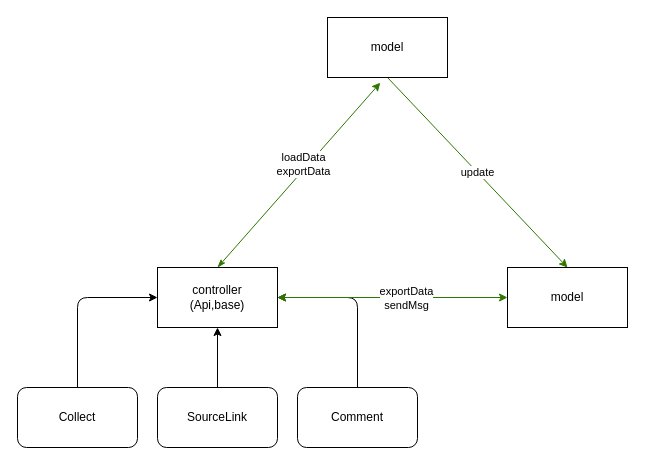
Earlier version of the draw.io diagram docs/controler/overview.drawio (tower-town/Koala-Hacker-News). Source tidied: cells renumbered, new cells numbered last; positions are measured from the earlier drawing's top-left corner, leaving out a move shared by most shapes. Both pictures are drawn from the tidied source at 100%, with x=0, y=0 at pixel (17, 17).
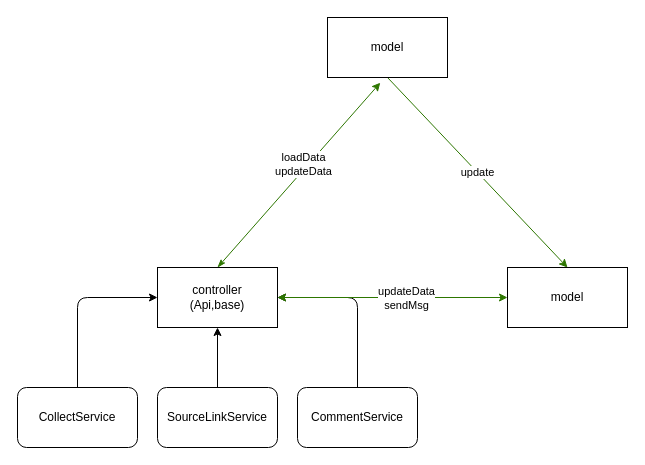
The same page after the edit.

The edit, as a diff of the source:
```diff
@@
 <mxGraphModel>
   <root>
     <mxCell id="0" />
     <mxCell id="1" parent="0" />
     <mxCell id="2" style="edgeStyle=none;html=1;exitX=0.5;exitY=0;exitDx=0;exitDy=0;startArrow=classicThin;startFill=1;fillColor=#60a917;strokeColor=#2D7600;entryX=0.44;entryY=1.087;entryDx=0;entryDy=0;entryPerimeter=0;" parent="1" edge="1" source="4" target="12">
       <mxGeometry relative="1" as="geometry" />
     </mxCell>
-    <mxCell id="3" value="loadData&lt;br&gt;exportData" style="edgeLabel;html=1;align=center;verticalAlign=middle;" parent="2" vertex="1">
+    <mxCell id="3" value="loadData&lt;br&gt;updateData" style="edgeLabel;html=1;align=center;verticalAlign=middle;" parent="2" vertex="1">
       <mxGeometry x="0.09" y="4" relative="1" as="geometry" />
     </mxCell>
     <mxCell id="4" value="controller&lt;br&gt;(Api,base)" style="rounded=0;whiteSpace=wrap;html=1;" parent="1" vertex="1">
       <mxGeometry x="140" y="250" width="120" height="60" as="geometry" />
     </mxCell>
     <mxCell id="5" style="edgeStyle=orthogonalEdgeStyle;html=1;exitX=0.5;exitY=0;exitDx=0;exitDy=0;entryX=0;entryY=0.5;entryDx=0;entryDy=0;" parent="1" edge="1" source="6" target="4">
       <mxGeometry relative="1" as="geometry" />
     </mxCell>
-    <mxCell id="6" value="Collect" style="rounded=1;whiteSpace=wrap;html=1;" parent="1" vertex="1">
+    <mxCell id="6" value="CollectService" style="rounded=1;whiteSpace=wrap;html=1;" parent="1" vertex="1">
       <mxGeometry y="370" width="120" height="60" as="geometry" />
     </mxCell>
     <mxCell id="7" style="edgeStyle=orthogonalEdgeStyle;html=1;exitX=0.5;exitY=0;exitDx=0;exitDy=0;entryX=1;entryY=0.5;entryDx=0;entryDy=0;" parent="1" edge="1" source="8" target="4">
       <mxGeometry relative="1" as="geometry">
         <Array as="points">
           <mxPoint x="340" y="370" />
           <mxPoint x="340" y="280" />
         </Array>
       </mxGeometry>
     </mxCell>
-    <mxCell id="8" value="Comment" style="rounded=1;whiteSpace=wrap;html=1;" parent="1" vertex="1">
+    <mxCell id="8" value="CommentService" style="rounded=1;whiteSpace=wrap;html=1;" parent="1" vertex="1">
       <mxGeometry x="280" y="370" width="120" height="60" as="geometry" />
     </mxCell>
     <mxCell id="9" style="edgeStyle=orthogonalEdgeStyle;html=1;exitX=0.5;exitY=0;exitDx=0;exitDy=0;entryX=0.5;entryY=1;entryDx=0;entryDy=0;" parent="1" edge="1" source="10" target="4">
       <mxGeometry relative="1" as="geometry" />
     </mxCell>
-    <mxCell id="10" value="SourceLink" style="rounded=1;whiteSpace=wrap;html=1;" parent="1" vertex="1">
+    <mxCell id="10" value="SourceLinkService" style="rounded=1;whiteSpace=wrap;html=1;" parent="1" vertex="1">
       <mxGeometry x="140" y="370" width="120" height="60" as="geometry" />
     </mxCell>
     <mxCell id="11" value="update" style="edgeStyle=none;html=1;exitX=0.5;exitY=1;exitDx=0;exitDy=0;entryX=0.5;entryY=0;entryDx=0;entryDy=0;fillColor=#60a917;strokeColor=#2D7600;" parent="1" edge="1" source="12" target="15">
       <mxGeometry relative="1" as="geometry" />
     </mxCell>
     <mxCell id="12" value="model" style="rounded=0;whiteSpace=wrap;html=1;" parent="1" vertex="1">
       <mxGeometry x="310" width="120" height="60" as="geometry" />
     </mxCell>
     <mxCell id="13" style="edgeStyle=none;html=1;exitX=0;exitY=0.5;exitDx=0;exitDy=0;entryX=1;entryY=0.5;entryDx=0;entryDy=0;fillColor=#60a917;strokeColor=#2D7600;startArrow=classic;startFill=1;" parent="1" edge="1" source="15" target="4">
       <mxGeometry relative="1" as="geometry" />
     </mxCell>
-    <mxCell id="14" value="exportData&lt;br&gt;sendMsg" style="edgeLabel;html=1;align=center;verticalAlign=middle;" parent="13" vertex="1">
+    <mxCell id="14" value="updateData&lt;br&gt;sendMsg" style="edgeLabel;html=1;align=center;verticalAlign=middle;" parent="13" vertex="1">
       <mxGeometry x="-0.11" y="4" relative="1" as="geometry">
         <mxPoint y="-4" as="offset" />
       </mxGeometry>
     </mxCell>
     <mxCell id="15" value="model" style="rounded=0;whiteSpace=wrap;html=1;" parent="1" vertex="1">
       <mxGeometry x="490" y="250" width="120" height="60" as="geometry" />
     </mxCell>
   </root>
 </mxGraphModel>
```
